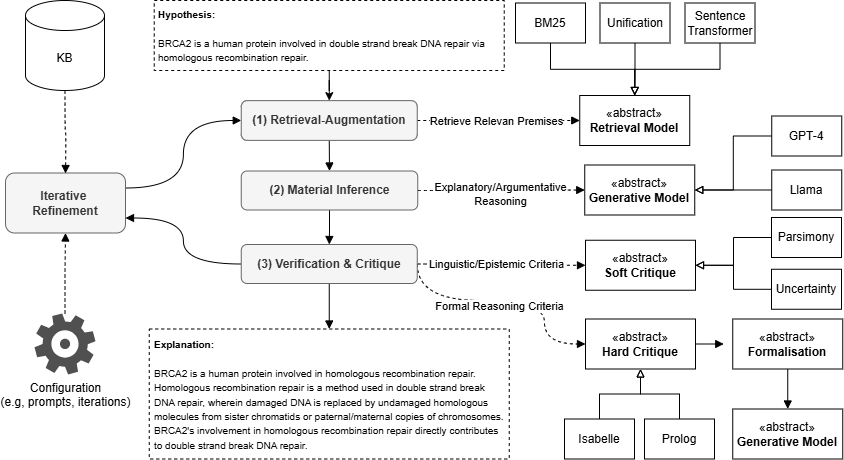
Earlier version of the draw.io export framework.png (neuro-symbolic-ai/peirce). Source tidied: cells renumbered, new cells last; positions are measured from the earlier drawing's top-left corner, leaving out a move shared by most shapes. Its diagram source:
```xml
<mxGraphModel>
  <root>
    <mxCell id="0" />
    <mxCell id="1" parent="0" />
    <mxCell id="2" style="edgeStyle=orthogonalEdgeStyle;rounded=0;jettySize=auto;html=1;exitX=1;exitY=0.25;exitDx=0;exitDy=0;entryX=0;entryY=0.5;entryDx=0;entryDy=0;curved=1;endArrow=block;endFill=1;" parent="1" edge="1" source="3" target="21">
      <mxGeometry relative="1" as="geometry" />
    </mxCell>
    <mxCell id="3" value="Iterative&amp;nbsp;&lt;div&gt;Refinement&lt;/div&gt;" style="rounded=1;whiteSpace=wrap;html=1;fillColor=#f5f5f5;fontColor=#333333;strokeColor=#666666;fontStyle=1;" parent="1" vertex="1">
      <mxGeometry y="172.5" width="120" height="60" as="geometry" />
    </mxCell>
    <mxCell id="4" style="edgeStyle=orthogonalEdgeStyle;rounded=0;jettySize=auto;html=1;exitX=0.5;exitY=1;exitDx=0;exitDy=0;entryX=0.5;entryY=0;entryDx=0;entryDy=0;endArrow=block;endFill=0;" parent="1" edge="1" source="5" target="33">
      <mxGeometry relative="1" as="geometry" />
    </mxCell>
    <mxCell id="5" value="BM25" style="rounded=0;whiteSpace=wrap;html=1;" parent="1" vertex="1">
      <mxGeometry x="510" y="2.5" width="70" height="40" as="geometry" />
    </mxCell>
    <mxCell id="6" style="edgeStyle=orthogonalEdgeStyle;rounded=0;jettySize=auto;html=1;exitX=0.5;exitY=1;exitDx=0;exitDy=0;entryX=0.5;entryY=0;entryDx=0;entryDy=0;endArrow=block;endFill=0;" parent="1" edge="1" source="7" target="33">
      <mxGeometry relative="1" as="geometry" />
    </mxCell>
    <mxCell id="7" value="Unification" style="rounded=0;whiteSpace=wrap;html=1;" parent="1" vertex="1">
      <mxGeometry x="594.5" y="2.5" width="70" height="40" as="geometry" />
    </mxCell>
    <mxCell id="8" style="edgeStyle=orthogonalEdgeStyle;rounded=0;jettySize=auto;html=1;exitX=0.5;exitY=1;exitDx=0;exitDy=0;entryX=0.5;entryY=0;entryDx=0;entryDy=0;endArrow=block;endFill=0;" parent="1" edge="1" source="9" target="33">
      <mxGeometry relative="1" as="geometry" />
    </mxCell>
    <mxCell id="9" value="Sentence Transformer" style="rounded=0;whiteSpace=wrap;html=1;" parent="1" vertex="1">
      <mxGeometry x="679.5" y="2.5" width="70" height="40" as="geometry" />
    </mxCell>
    <mxCell id="10" style="edgeStyle=orthogonalEdgeStyle;rounded=0;jettySize=auto;html=1;exitX=0;exitY=0.5;exitDx=0;exitDy=0;entryX=1;entryY=0.5;entryDx=0;entryDy=0;endArrow=block;endFill=0;" parent="1" edge="1" source="11" target="34">
      <mxGeometry relative="1" as="geometry" />
    </mxCell>
    <mxCell id="11" value="GPT-4" style="rounded=0;whiteSpace=wrap;html=1;" parent="1" vertex="1">
      <mxGeometry x="766.2" y="115.5" width="70" height="40" as="geometry" />
    </mxCell>
    <mxCell id="12" style="edgeStyle=orthogonalEdgeStyle;rounded=0;jettySize=auto;html=1;exitX=0;exitY=0.5;exitDx=0;exitDy=0;entryX=1;entryY=0.5;entryDx=0;entryDy=0;endArrow=block;endFill=0;" parent="1" edge="1" source="13" target="34">
      <mxGeometry relative="1" as="geometry" />
    </mxCell>
    <mxCell id="13" value="Llama" style="rounded=0;whiteSpace=wrap;html=1;" parent="1" vertex="1">
      <mxGeometry x="766.2" y="169.5" width="70" height="40" as="geometry" />
    </mxCell>
    <mxCell id="14" style="edgeStyle=orthogonalEdgeStyle;rounded=0;jettySize=auto;html=1;exitX=0.5;exitY=0;exitDx=0;exitDy=0;entryX=0.5;entryY=1;entryDx=0;entryDy=0;endArrow=block;endFill=0;" parent="1" edge="1" source="15" target="36">
      <mxGeometry relative="1" as="geometry" />
    </mxCell>
    <mxCell id="15" value="Isabelle" style="rounded=0;whiteSpace=wrap;html=1;" parent="1" vertex="1">
      <mxGeometry x="559" y="418.5" width="70" height="40" as="geometry" />
    </mxCell>
    <mxCell id="16" style="edgeStyle=orthogonalEdgeStyle;rounded=0;jettySize=auto;html=1;exitX=0.5;exitY=0;exitDx=0;exitDy=0;entryX=0.5;entryY=1;entryDx=0;entryDy=0;endArrow=block;endFill=0;" parent="1" edge="1" source="17" target="36">
      <mxGeometry relative="1" as="geometry" />
    </mxCell>
    <mxCell id="17" value="Prolog" style="rounded=0;whiteSpace=wrap;html=1;" parent="1" vertex="1">
      <mxGeometry x="639" y="418.5" width="70" height="40" as="geometry" />
    </mxCell>
    <mxCell id="18" style="edgeStyle=orthogonalEdgeStyle;rounded=0;jettySize=auto;html=1;exitX=0.5;exitY=1;exitDx=0;exitDy=0;entryX=0.5;entryY=0;entryDx=0;entryDy=0;endArrow=block;endFill=1;" parent="1" edge="1" source="21" target="25">
      <mxGeometry relative="1" as="geometry" />
    </mxCell>
    <mxCell id="19" style="edgeStyle=orthogonalEdgeStyle;rounded=0;jettySize=auto;html=1;exitX=1;exitY=0.5;exitDx=0;exitDy=0;entryX=0;entryY=0.5;entryDx=0;entryDy=0;endArrow=block;endFill=1;dashed=1;" parent="1" edge="1" source="21" target="33">
      <mxGeometry relative="1" as="geometry" />
    </mxCell>
    <mxCell id="20" value="Retrieve Relevan&amp;nbsp;&lt;span style=&quot;background-color: light-dark(#ffffff, var(--ge-dark-color, #121212)); color: light-dark(rgb(0, 0, 0), rgb(255, 255, 255));&quot;&gt;Premises&lt;/span&gt;" style="edgeLabel;html=1;align=center;verticalAlign=middle;" parent="19" vertex="1">
      <mxGeometry x="-0.25" y="1" relative="1" as="geometry">
        <mxPoint x="18" y="1" as="offset" />
      </mxGeometry>
    </mxCell>
    <mxCell id="21" value="(1) Retrieval-Augmentation" style="rounded=1;whiteSpace=wrap;html=1;fillColor=#f5f5f5;fontColor=#333333;strokeColor=#666666;fontStyle=1;" parent="1" vertex="1">
      <mxGeometry x="235.8" y="100.1" width="176" height="39.8" as="geometry" />
    </mxCell>
    <mxCell id="22" style="edgeStyle=orthogonalEdgeStyle;rounded=0;jettySize=auto;html=1;exitX=0.5;exitY=1;exitDx=0;exitDy=0;endArrow=block;endFill=1;" parent="1" edge="1" source="25" target="32">
      <mxGeometry relative="1" as="geometry" />
    </mxCell>
    <mxCell id="23" style="edgeStyle=orthogonalEdgeStyle;rounded=0;jettySize=auto;html=1;exitX=1;exitY=0.5;exitDx=0;exitDy=0;endArrow=block;endFill=1;dashed=1;curved=1;" parent="1" edge="1" source="25" target="34">
      <mxGeometry relative="1" as="geometry" />
    </mxCell>
    <mxCell id="24" value="Explanatory/Argumentative&lt;div&gt;Reasoning&lt;/div&gt;" style="edgeLabel;html=1;align=center;verticalAlign=middle;" parent="23" vertex="1">
      <mxGeometry x="-0.09" y="-3" relative="1" as="geometry">
        <mxPoint x="5" as="offset" />
      </mxGeometry>
    </mxCell>
    <mxCell id="25" value="(2) Material Inference" style="rounded=1;whiteSpace=wrap;html=1;fillColor=#f5f5f5;fontColor=#333333;strokeColor=#666666;fontStyle=1;" parent="1" vertex="1">
      <mxGeometry x="235.8" y="170.5" width="176.5" height="39" as="geometry" />
    </mxCell>
    <mxCell id="26" style="edgeStyle=orthogonalEdgeStyle;rounded=0;jettySize=auto;html=1;exitX=0;exitY=0.5;exitDx=0;exitDy=0;entryX=1;entryY=0.75;entryDx=0;entryDy=0;curved=1;endArrow=block;endFill=1;" parent="1" edge="1" source="32" target="3">
      <mxGeometry relative="1" as="geometry" />
    </mxCell>
    <mxCell id="27" style="edgeStyle=orthogonalEdgeStyle;rounded=0;jettySize=auto;html=1;exitX=1;exitY=0.5;exitDx=0;exitDy=0;entryX=0;entryY=0.5;entryDx=0;entryDy=0;endArrow=block;endFill=1;dashed=1;curved=1;" parent="1" edge="1" source="32" target="36">
      <mxGeometry relative="1" as="geometry">
        <Array as="points">
          <mxPoint x="412" y="300" />
          <mxPoint x="539" y="300" />
          <mxPoint x="539" y="344" />
        </Array>
      </mxGeometry>
    </mxCell>
    <mxCell id="28" value="Formal Reasoning Criteria" style="edgeLabel;html=1;align=center;verticalAlign=middle;" parent="27" vertex="1">
      <mxGeometry x="-0.06" y="-13" relative="1" as="geometry">
        <mxPoint x="2" y="-8" as="offset" />
      </mxGeometry>
    </mxCell>
    <mxCell id="29" style="edgeStyle=orthogonalEdgeStyle;rounded=0;jettySize=auto;html=1;exitX=0.5;exitY=1;exitDx=0;exitDy=0;entryX=0.5;entryY=0;entryDx=0;entryDy=0;endArrow=block;endFill=1;" parent="1" edge="1" source="32" target="45">
      <mxGeometry relative="1" as="geometry" />
    </mxCell>
    <mxCell id="30" style="edgeStyle=orthogonalEdgeStyle;rounded=0;jettySize=auto;html=1;exitX=1;exitY=0.5;exitDx=0;exitDy=0;curved=1;endArrow=block;endFill=1;dashed=1;" parent="1" edge="1" source="32" target="46">
      <mxGeometry relative="1" as="geometry" />
    </mxCell>
    <mxCell id="31" value="Linguistic/Epistemic Criteria" style="edgeLabel;html=1;align=center;verticalAlign=middle;" parent="30" vertex="1">
      <mxGeometry x="-0.21" y="5" relative="1" as="geometry">
        <mxPoint x="12" y="5" as="offset" />
      </mxGeometry>
    </mxCell>
    <mxCell id="32" value="(3) Verification &amp;amp; Critique" style="rounded=1;whiteSpace=wrap;html=1;fillColor=#f5f5f5;fontColor=#333333;strokeColor=#666666;fontStyle=1;" parent="1" vertex="1">
      <mxGeometry x="235.8" y="244" width="176" height="39" as="geometry" />
    </mxCell>
    <mxCell id="33" value="«abstract»&lt;br&gt;&lt;b&gt;Retrieval Model&lt;/b&gt;" style="html=1;whiteSpace=wrap;" parent="1" vertex="1">
      <mxGeometry x="574.2" y="95" width="110" height="50" as="geometry" />
    </mxCell>
    <mxCell id="34" value="«abstract»&lt;br&gt;&lt;b&gt;Generative Model&lt;/b&gt;" style="html=1;whiteSpace=wrap;" parent="1" vertex="1">
      <mxGeometry x="579.2" y="164.5" width="110" height="50" as="geometry" />
    </mxCell>
    <mxCell id="35" style="edgeStyle=orthogonalEdgeStyle;rounded=0;jettySize=auto;html=1;exitX=1;exitY=0.5;exitDx=0;exitDy=0;entryX=0;entryY=0.5;entryDx=0;entryDy=0;endArrow=block;endFill=1;" parent="1" edge="1" source="36">
      <mxGeometry relative="1" as="geometry">
        <mxPoint x="718.2" y="343.5" as="targetPoint" />
      </mxGeometry>
    </mxCell>
    <mxCell id="36" value="«abstract»&lt;br&gt;&lt;b&gt;Hard Critique&lt;/b&gt;" style="html=1;whiteSpace=wrap;" parent="1" vertex="1">
      <mxGeometry x="580" y="318.5" width="110" height="50" as="geometry" />
    </mxCell>
    <mxCell id="37" style="edgeStyle=orthogonalEdgeStyle;rounded=0;jettySize=auto;html=1;exitX=0.5;exitY=1;exitDx=0;exitDy=0;entryX=0.5;entryY=0;entryDx=0;entryDy=0;endArrow=block;endFill=1;" parent="1" edge="1" source="38" target="47">
      <mxGeometry relative="1" as="geometry" />
    </mxCell>
    <mxCell id="38" value="«abstract»&lt;br&gt;&lt;b&gt;Formalisation&lt;/b&gt;" style="html=1;whiteSpace=wrap;" parent="1" vertex="1">
      <mxGeometry x="727.2" y="318.5" width="110" height="50" as="geometry" />
    </mxCell>
    <mxCell id="39" style="edgeStyle=orthogonalEdgeStyle;rounded=0;jettySize=auto;html=1;entryX=0.5;entryY=1;entryDx=0;entryDy=0;dashed=1;endArrow=block;endFill=1;" parent="1" edge="1" source="40" target="3">
      <mxGeometry relative="1" as="geometry" />
    </mxCell>
    <mxCell id="40" value="Configuration&lt;div&gt;(e.g, prompts, iterations&lt;span style=&quot;background-color: transparent; color: light-dark(rgb(0, 0, 0), rgb(255, 255, 255));&quot;&gt;)&lt;/span&gt;&lt;/div&gt;" style="sketch=0;shadow=0;dashed=0;html=1;strokeColor=none;fillColor=#505050;labelPosition=center;verticalLabelPosition=bottom;verticalAlign=top;outlineConnect=0;align=center;shape=mxgraph.office.concepts.settings_office_365;" parent="1" vertex="1">
      <mxGeometry x="29" y="313" width="61" height="61" as="geometry" />
    </mxCell>
    <mxCell id="41" style="edgeStyle=orthogonalEdgeStyle;rounded=0;jettySize=auto;html=1;curved=1;dashed=1;endArrow=block;endFill=1;" parent="1" edge="1" source="42">
      <mxGeometry relative="1" as="geometry">
        <mxPoint x="60" y="173" as="targetPoint" />
      </mxGeometry>
    </mxCell>
    <mxCell id="42" value="KB" style="shape=cylinder3;whiteSpace=wrap;html=1;boundedLbl=1;backgroundOutline=1;size=15;" parent="1" vertex="1">
      <mxGeometry x="20" width="79" height="90" as="geometry" />
    </mxCell>
    <mxCell id="43" style="edgeStyle=orthogonalEdgeStyle;rounded=0;jettySize=auto;html=1;exitX=0.5;exitY=1;exitDx=0;exitDy=0;" parent="1" edge="1" source="44" target="21">
      <mxGeometry relative="1" as="geometry" />
    </mxCell>
    <mxCell id="44" value="&lt;div style=&quot;text-align: left;&quot;&gt;&lt;span style=&quot;background-color: transparent;&quot;&gt;&lt;font style=&quot;font-size: 10px;&quot;&gt;&lt;b&gt;Hypothesis:&lt;/b&gt;&lt;/font&gt;&lt;/span&gt;&lt;/div&gt;&lt;div style=&quot;text-align: left;&quot;&gt;&lt;span style=&quot;background-color: transparent;&quot;&gt;&lt;font style=&quot;font-size: 10px;&quot;&gt;&lt;br&gt;&lt;/font&gt;&lt;/span&gt;&lt;/div&gt;&lt;div style=&quot;text-align: left;&quot;&gt;&lt;span style=&quot;background-color: transparent;&quot;&gt;&lt;font style=&quot;font-size: 10px;&quot;&gt;BRCA2 is a human protein involved in double strand break DNA repair via homologous recombination repair.&lt;/font&gt;&lt;/span&gt;&lt;/div&gt;" style="rounded=0;whiteSpace=wrap;html=1;spacing=5;dashed=1;" parent="1" vertex="1">
      <mxGeometry x="148.8" width="350" height="70" as="geometry" />
    </mxCell>
    <mxCell id="45" value="&lt;div style=&quot;&quot;&gt;&lt;span style=&quot;background-color: transparent; color: light-dark(rgb(0, 0, 0), rgb(255, 255, 255));&quot;&gt;&lt;font style=&quot;font-size: 10px;&quot;&gt;&lt;b&gt;Explanation:&lt;/b&gt;&amp;nbsp;&lt;/font&gt;&lt;/span&gt;&lt;/div&gt;&lt;div style=&quot;&quot;&gt;&lt;span style=&quot;background-color: transparent;&quot;&gt;&lt;font style=&quot;font-size: 10px;&quot;&gt;&lt;br&gt;&lt;/font&gt;&lt;/span&gt;&lt;/div&gt;&lt;div style=&quot;&quot;&gt;&lt;span style=&quot;background-color: transparent;&quot;&gt;&lt;font style=&quot;font-size: 10px;&quot;&gt;BRCA2 is a human protein involved in homologous recombination repair. Homologous recombination repair is a method used in double strand break&amp;nbsp;&lt;/font&gt;&lt;/span&gt;&lt;/div&gt;&lt;div style=&quot;&quot;&gt;&lt;span style=&quot;background-color: transparent;&quot;&gt;&lt;font style=&quot;font-size: 10px;&quot;&gt;DNA repair, wherein damaged DNA is replaced by undamaged homologous molecules from sister chromatids or paternal/maternal copies of chromosomes. BRCA2's involvement in homologous recombination repair directly contributes&amp;nbsp;&lt;/font&gt;&lt;/span&gt;&lt;/div&gt;&lt;div style=&quot;&quot;&gt;&lt;span style=&quot;background-color: transparent;&quot;&gt;&lt;font style=&quot;font-size: 10px;&quot;&gt;to double strand break DNA repair.&lt;/font&gt;&lt;/span&gt;&lt;/div&gt;" style="rounded=0;whiteSpace=wrap;html=1;spacing=5;dashed=1;align=left;" parent="1" vertex="1">
      <mxGeometry x="143.8" y="328.5" width="360" height="130" as="geometry" />
    </mxCell>
    <mxCell id="46" value="«abstract»&lt;br&gt;&lt;b&gt;Soft Critique&lt;/b&gt;" style="html=1;whiteSpace=wrap;" parent="1" vertex="1">
      <mxGeometry x="580" y="239.8" width="110" height="50" as="geometry" />
    </mxCell>
    <mxCell id="47" value="«abstract»&lt;br&gt;&lt;b&gt;Generative Model&lt;/b&gt;" style="html=1;whiteSpace=wrap;" parent="1" vertex="1">
      <mxGeometry x="727.2" y="408.5" width="110" height="50" as="geometry" />
    </mxCell>
    <mxCell id="48" style="edgeStyle=orthogonalEdgeStyle;rounded=0;jettySize=auto;html=1;endArrow=block;endFill=0;" parent="1" edge="1" source="49" target="46">
      <mxGeometry relative="1" as="geometry" />
    </mxCell>
    <mxCell id="49" value="Parsimony" style="rounded=0;whiteSpace=wrap;html=1;" parent="1" vertex="1">
      <mxGeometry x="766" y="217" width="70" height="40" as="geometry" />
    </mxCell>
    <mxCell id="50" style="edgeStyle=orthogonalEdgeStyle;rounded=0;jettySize=auto;html=1;entryX=1;entryY=0.5;entryDx=0;entryDy=0;endArrow=block;endFill=0;" parent="1" edge="1" source="51" target="46">
      <mxGeometry relative="1" as="geometry" />
    </mxCell>
    <mxCell id="51" value="Uncertainty" style="rounded=0;whiteSpace=wrap;html=1;" parent="1" vertex="1">
      <mxGeometry x="766" y="268.8" width="70" height="40" as="geometry" />
    </mxCell>
  </root>
</mxGraphModel>
```
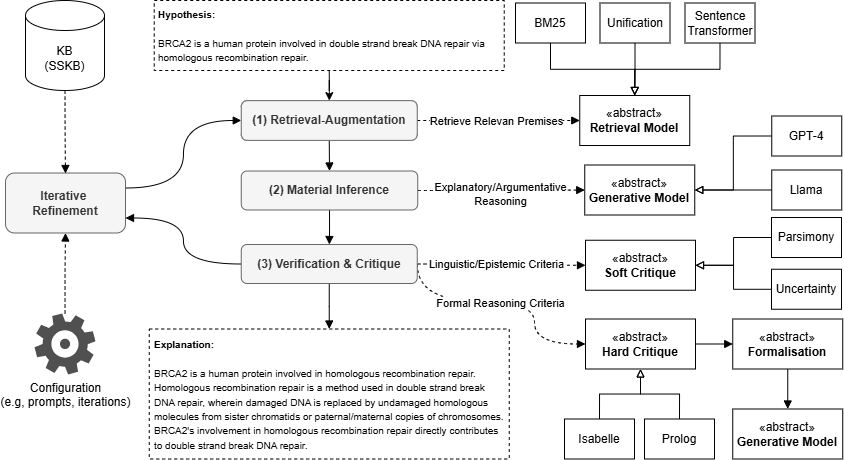
Later version of the same file.

Diff of the diagram source:
```diff
@@ -85,14 +85,14 @@
       <mxGeometry relative="1" as="geometry">
         <Array as="points">
           <mxPoint x="412" y="300" />
-          <mxPoint x="539" y="300" />
-          <mxPoint x="539" y="344" />
+          <mxPoint x="529" y="300" />
+          <mxPoint x="529" y="344" />
         </Array>
       </mxGeometry>
     </mxCell>
     <mxCell id="28" value="Formal Reasoning Criteria" style="edgeLabel;html=1;align=center;verticalAlign=middle;" parent="27" vertex="1">
       <mxGeometry x="-0.06" y="-13" relative="1" as="geometry">
-        <mxPoint x="2" y="-8" as="offset" />
+        <mxPoint x="2" y="-11" as="offset" />
       </mxGeometry>
     </mxCell>
     <mxCell id="29" style="edgeStyle=orthogonalEdgeStyle;rounded=0;jettySize=auto;html=1;exitX=0.5;exitY=1;exitDx=0;exitDy=0;entryX=0.5;entryY=0;entryDx=0;entryDy=0;endArrow=block;endFill=1;" parent="1" edge="1" source="32" target="45">
@@ -115,10 +115,8 @@
     <mxCell id="34" value="«abstract»&lt;br&gt;&lt;b&gt;Generative Model&lt;/b&gt;" style="html=1;whiteSpace=wrap;" parent="1" vertex="1">
       <mxGeometry x="579.2" y="164.5" width="110" height="50" as="geometry" />
     </mxCell>
-    <mxCell id="35" style="edgeStyle=orthogonalEdgeStyle;rounded=0;jettySize=auto;html=1;exitX=1;exitY=0.5;exitDx=0;exitDy=0;entryX=0;entryY=0.5;entryDx=0;entryDy=0;endArrow=block;endFill=1;" parent="1" edge="1" source="36">
-      <mxGeometry relative="1" as="geometry">
-        <mxPoint x="718.2" y="343.5" as="targetPoint" />
-      </mxGeometry>
+    <mxCell id="35" style="edgeStyle=orthogonalEdgeStyle;rounded=0;jettySize=auto;html=1;exitX=1;exitY=0.5;exitDx=0;exitDy=0;entryX=0;entryY=0.5;entryDx=0;entryDy=0;endArrow=block;endFill=1;" parent="1" edge="1" source="36" target="38">
+      <mxGeometry relative="1" as="geometry" />
     </mxCell>
     <mxCell id="36" value="«abstract»&lt;br&gt;&lt;b&gt;Hard Critique&lt;/b&gt;" style="html=1;whiteSpace=wrap;" parent="1" vertex="1">
       <mxGeometry x="580" y="318.5" width="110" height="50" as="geometry" />
@@ -140,7 +138,7 @@
         <mxPoint x="60" y="173" as="targetPoint" />
       </mxGeometry>
     </mxCell>
-    <mxCell id="42" value="KB" style="shape=cylinder3;whiteSpace=wrap;html=1;boundedLbl=1;backgroundOutline=1;size=15;" parent="1" vertex="1">
+    <mxCell id="42" value="KB&lt;div&gt;(SSKB)&lt;/div&gt;" style="shape=cylinder3;whiteSpace=wrap;html=1;boundedLbl=1;backgroundOutline=1;size=15;" parent="1" vertex="1">
       <mxGeometry x="20" width="79" height="90" as="geometry" />
     </mxCell>
     <mxCell id="43" style="edgeStyle=orthogonalEdgeStyle;rounded=0;jettySize=auto;html=1;exitX=0.5;exitY=1;exitDx=0;exitDy=0;" parent="1" edge="1" source="44" target="21">
```
